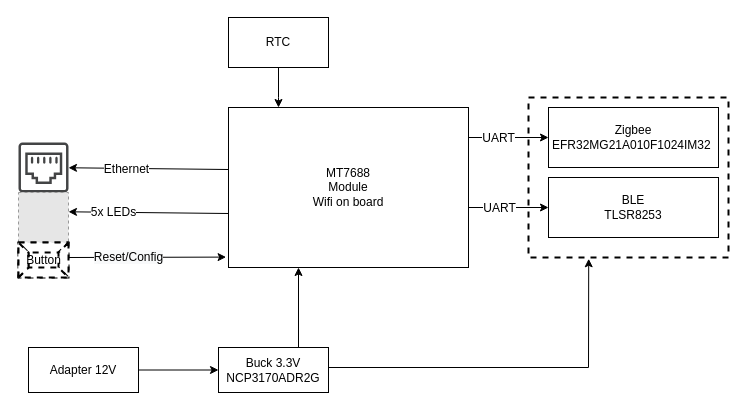
Earlier version of the draw.io diagram page "HC" (1 of 5) of RD_GW.drawio (anhvanthe/01_my_drawio). Source tidied: cells renumbered, new cells numbered last; positions are measured from the earlier drawing's top-left corner, leaving out a move shared by most shapes. Both pictures are drawn from the tidied source at 100%, with x=0, y=0 at pixel (18, 17). Pictures stored in the file or linked from it are replaced by grey dashed boxes.
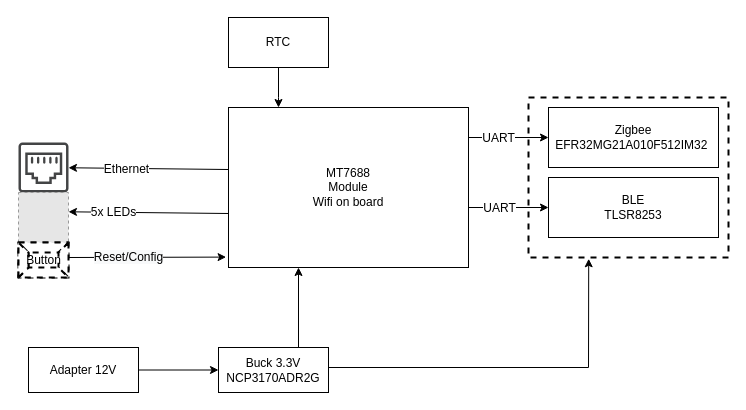
After the change.

The edit, as a diff of the source:
```diff
@@
-    <mxCell id="8" value="Zigbee&lt;br&gt;EFR32MG21A010F1024IM32&amp;nbsp;" style="rounded=0;whiteSpace=wrap;html=1;" parent="1" vertex="1">
+    <mxCell id="8" value="Zigbee&lt;br&gt;EFR32MG21A010F512IM32&amp;nbsp;" style="rounded=0;whiteSpace=wrap;html=1;" parent="1" vertex="1">
       <mxGeometry x="530" y="90" width="170" height="60" as="geometry" />
     </mxCell>
```
